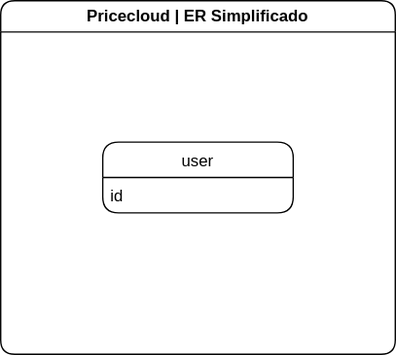
This is api-01/src/docs/er.drawio.svg from sebastianaf/pricecloud, a draw.io export, as it was before one commit. Source tidied: cells renumbered, new cells last; positions are measured from the earlier drawing's top-left corner, leaving out a move shared by most shapes.
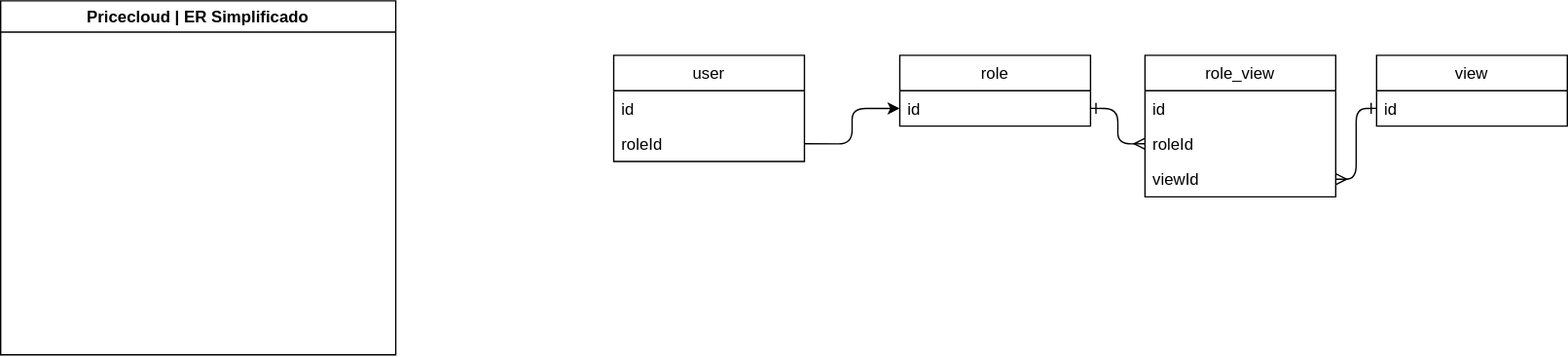
The same diagram one commit later.

Diff of the diagram source:
```diff
@@ -2,14 +2,50 @@
   <root>
     <mxCell id="0" />
     <mxCell id="1" parent="0" />
-    <mxCell id="2" value="user" style="swimlane;fontStyle=0;horizontal=1;startSize=26;fillColor=none;rounded=1;" parent="1" vertex="1">
-      <mxGeometry x="75" y="104" width="140" height="52" as="geometry" />
+    <mxCell id="2" value="user" style="swimlane;fontStyle=0;horizontal=1;startSize=26;fillColor=none;rounded=0;" parent="1" vertex="1">
+      <mxGeometry x="450" y="40" width="140" height="78" as="geometry" />
     </mxCell>
-    <mxCell id="3" value="id" style="text;strokeColor=none;fillColor=none;align=left;verticalAlign=top;spacingLeft=4;spacingRight=4;overflow=hidden;rounded=1;" parent="2" vertex="1">
+    <mxCell id="3" value="id" style="text;strokeColor=none;fillColor=none;align=left;verticalAlign=top;spacingLeft=4;spacingRight=4;overflow=hidden;rounded=0;" parent="2" vertex="1">
       <mxGeometry y="26" width="140" height="26" as="geometry" />
     </mxCell>
+    <mxCell id="5" value="roleId" style="text;strokeColor=none;fillColor=none;align=left;verticalAlign=top;spacingLeft=4;spacingRight=4;overflow=hidden;points=[[0,0.5],[1,0.5]];portConstraint=eastwest;rounded=0;" parent="2" vertex="1">
+      <mxGeometry y="52" width="140" height="26" as="geometry" />
+    </mxCell>
-    <mxCell id="4" value="Pricecloud | ER Simplificado" style="swimlane;whiteSpace=wrap;html=1;rounded=1;startSize=23;" parent="1" vertex="1">
+    <mxCell id="4" value="Pricecloud | ER Simplificado" style="swimlane;whiteSpace=wrap;html=1;rounded=0;startSize=23;" parent="1" vertex="1">
       <mxGeometry width="290" height="260" as="geometry" />
     </mxCell>
+    <mxCell id="6" value="role" style="swimlane;fontStyle=0;horizontal=1;startSize=26;fillColor=none;rounded=0;" parent="1" vertex="1">
+      <mxGeometry x="660" y="40" width="140" height="52" as="geometry" />
+    </mxCell>
+    <mxCell id="7" value="id" style="text;strokeColor=none;fillColor=none;align=left;verticalAlign=top;spacingLeft=4;spacingRight=4;overflow=hidden;points=[[0,0.5],[1,0.5]];portConstraint=eastwest;rounded=0;" parent="6" vertex="1">
+      <mxGeometry y="26" width="140" height="26" as="geometry" />
+    </mxCell>
+    <mxCell id="8" value="view" style="swimlane;fontStyle=0;horizontal=1;startSize=26;fillColor=none;rounded=0;" parent="1" vertex="1">
+      <mxGeometry x="1010" y="40" width="140" height="52" as="geometry" />
+    </mxCell>
+    <mxCell id="9" value="id" style="text;strokeColor=none;fillColor=none;align=left;verticalAlign=top;spacingLeft=4;spacingRight=4;overflow=hidden;points=[[0,0.5],[1,0.5]];portConstraint=eastwest;rounded=0;" parent="8" vertex="1">
+      <mxGeometry y="26" width="140" height="26" as="geometry" />
+    </mxCell>
+    <mxCell id="10" style="edgeStyle=orthogonalEdgeStyle;html=1;exitX=1;exitY=0.5;exitDx=0;exitDy=0;entryX=0;entryY=0.5;entryDx=0;entryDy=0;" parent="1" edge="1" source="5" target="7">
+      <mxGeometry relative="1" as="geometry" />
+    </mxCell>
+    <mxCell id="11" style="edgeStyle=orthogonalEdgeStyle;shape=connector;rounded=1;html=1;exitX=1;exitY=0.5;exitDx=0;exitDy=0;entryX=0;entryY=0.5;entryDx=0;entryDy=0;labelBackgroundColor=default;strokeColor=default;fontFamily=Helvetica;fontSize=11;fontColor=default;endArrow=ERmany;endFill=0;startArrow=ERone;startFill=0;" parent="1" edge="1" source="7" target="14">
+      <mxGeometry relative="1" as="geometry" />
+    </mxCell>
+    <mxCell id="12" value="role_view" style="swimlane;fontStyle=0;horizontal=1;startSize=26;fillColor=none;rounded=0;" parent="1" vertex="1">
+      <mxGeometry x="840" y="40" width="140" height="104" as="geometry" />
+    </mxCell>
+    <mxCell id="13" value="id" style="text;strokeColor=none;fillColor=none;align=left;verticalAlign=top;spacingLeft=4;spacingRight=4;overflow=hidden;rounded=0;" parent="12" vertex="1">
+      <mxGeometry y="26" width="140" height="26" as="geometry" />
+    </mxCell>
+    <mxCell id="14" value="roleId" style="text;strokeColor=none;fillColor=none;align=left;verticalAlign=top;spacingLeft=4;spacingRight=4;overflow=hidden;points=[[0,0.5],[1,0.5]];portConstraint=eastwest;rounded=0;" parent="12" vertex="1">
+      <mxGeometry y="52" width="140" height="26" as="geometry" />
+    </mxCell>
+    <mxCell id="15" value="viewId" style="text;strokeColor=none;fillColor=none;align=left;verticalAlign=top;spacingLeft=4;spacingRight=4;overflow=hidden;points=[[0,0.5],[1,0.5]];portConstraint=eastwest;rounded=0;" parent="12" vertex="1">
+      <mxGeometry y="78" width="140" height="26" as="geometry" />
+    </mxCell>
+    <mxCell id="16" style="edgeStyle=orthogonalEdgeStyle;shape=connector;rounded=1;html=1;exitX=0;exitY=0.5;exitDx=0;exitDy=0;entryX=1;entryY=0.5;entryDx=0;entryDy=0;labelBackgroundColor=default;strokeColor=default;fontFamily=Helvetica;fontSize=11;fontColor=default;endArrow=ERmany;endFill=0;startArrow=ERone;startFill=0;" parent="1" edge="1" source="9" target="15">
+      <mxGeometry relative="1" as="geometry" />
+    </mxCell>
   </root>
 </mxGraphModel>
```
